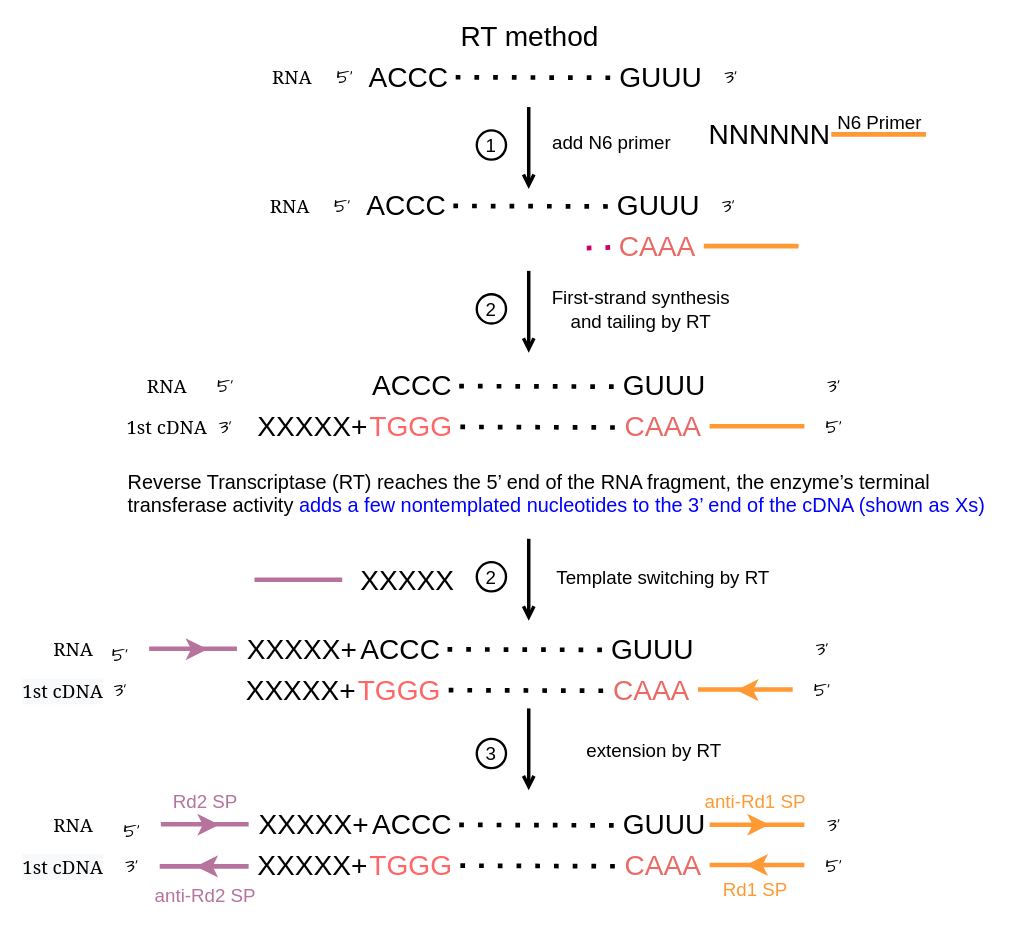
Before: RT methods part1.drawio in zyz-hust/Demo, a draw.io diagram. Source tidied: cells renumbered, new cells numbered last; positions are measured from the earlier drawing's top-left corner, leaving out a move shared by most shapes. Both pictures are drawn from the tidied source at 117%, with x=0, y=0 at pixel (20, 25).
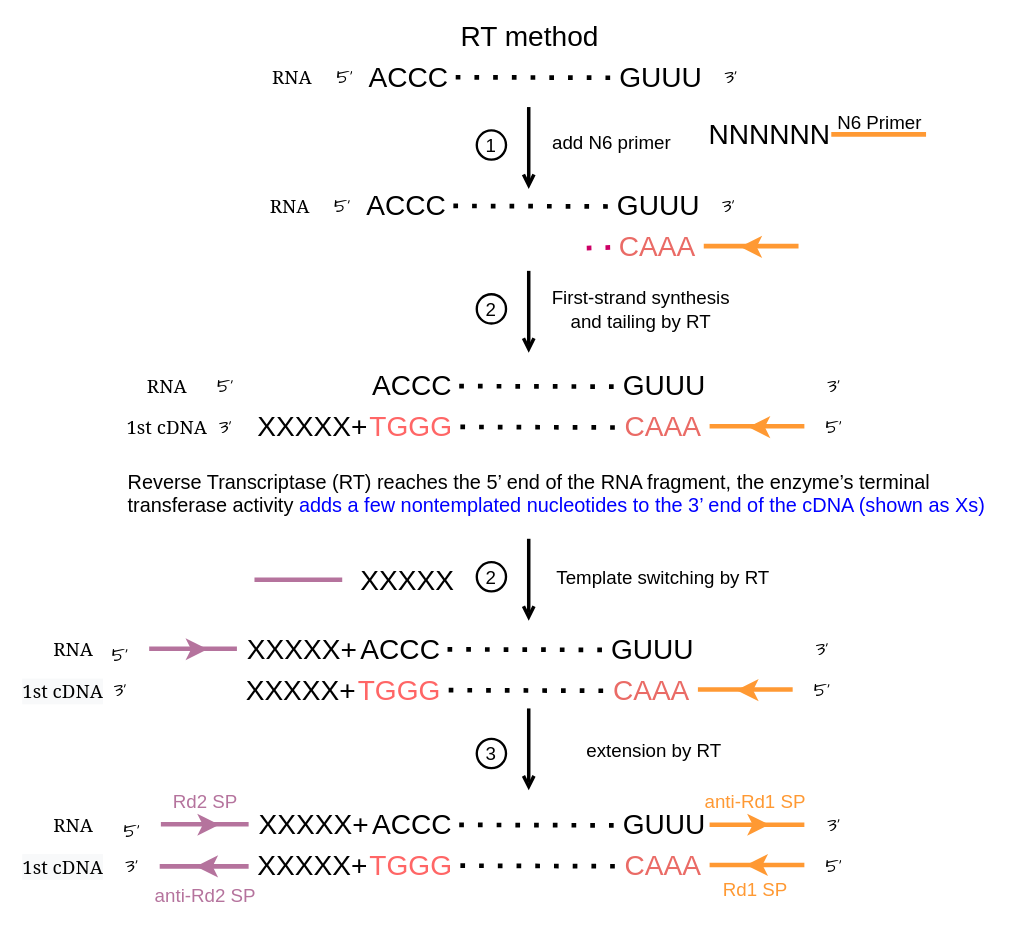
The same page after the edit.

What changed in the source:
```diff
@@
+    <mxCell id="108" style="endArrow=classic;html=1;strokeWidth=4;strokeColor=#FF9933;" parent="1" edge="1">
+      <mxGeometry relative="1" as="geometry">
+        <mxPoint x="632" y="343.5" as="sourcePoint" />
+        <mxPoint x="622" y="343.5" as="targetPoint" />
+      </mxGeometry>
+    </mxCell>
+    <mxCell id="109" style="endArrow=classic;html=1;strokeWidth=4;strokeColor=#FF9933;" parent="1" edge="1">
+      <mxGeometry relative="1" as="geometry">
+        <mxPoint x="625" y="189.5" as="sourcePoint" />
+        <mxPoint x="615" y="189.5" as="targetPoint" />
+      </mxGeometry>
+    </mxCell>
```
